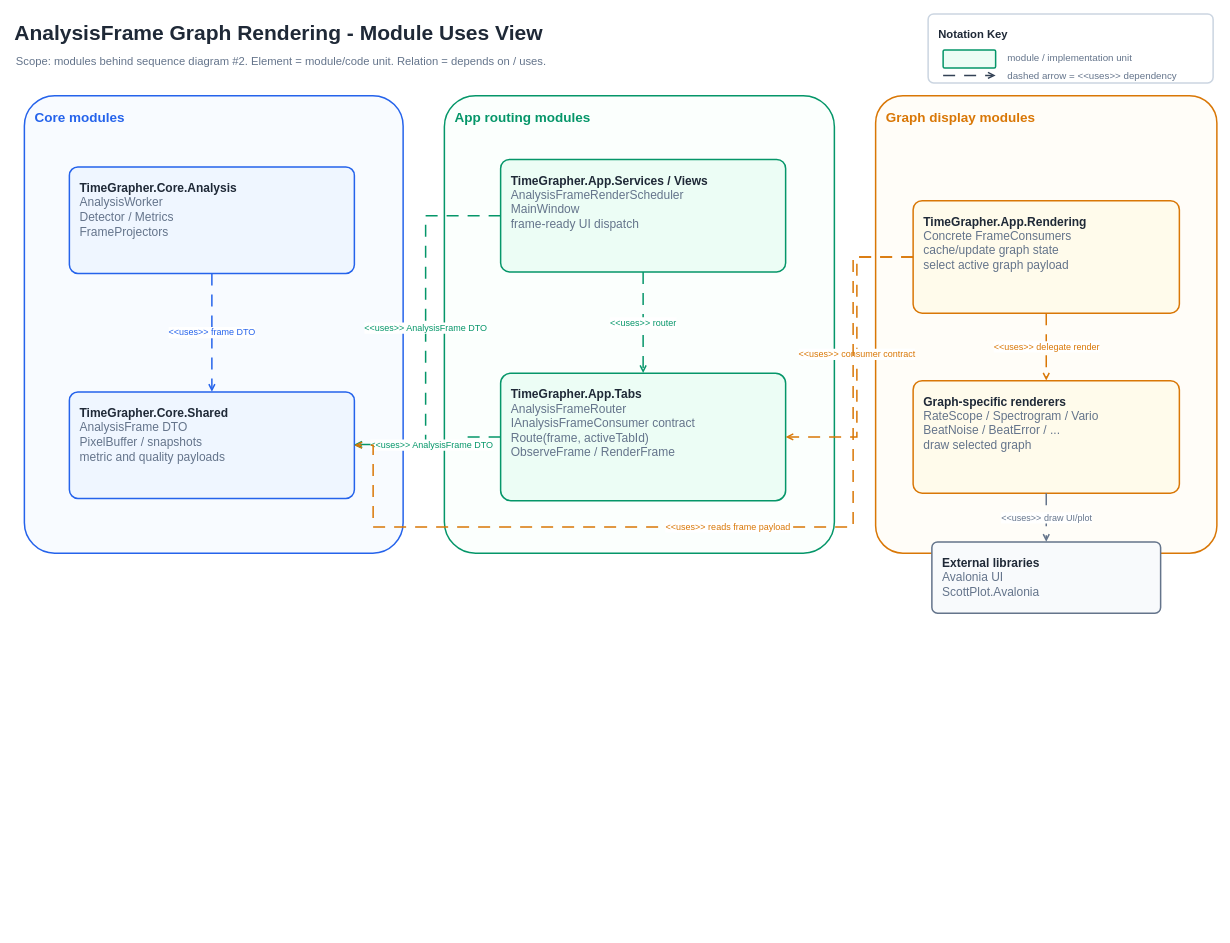
This is FinalDemo/assets/4.UsesView/4-AnalysisFrame-Module-Uses-View.drawio from lgcmu2026-team5/TimeGrapher-Docs, a draw.io file, before an edit. Source tidied: cells renumbered, new cells numbered last; positions are measured from the earlier drawing's top-left corner, leaving out a move shared by most shapes. Both pictures are drawn from the tidied source at 75%, with x=0, y=0 at pixel (13, 14).
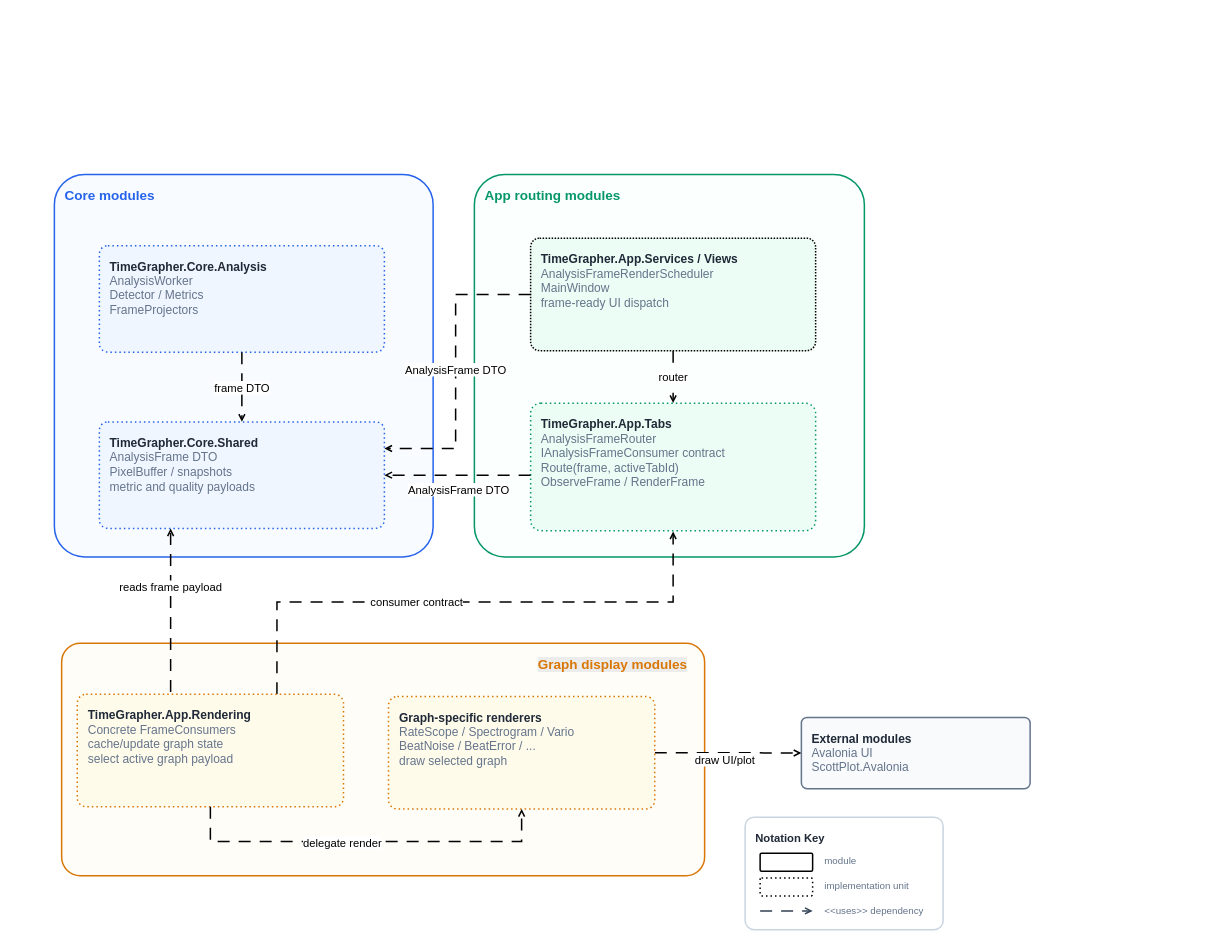
The same diagram, later.

Commit message (it also covers changes not shown here):
Update final demo architecture views

Change to the diagram source:
```diff
@@
-    <mxCell id="2" value="AnalysisFrame Graph Rendering - Module Uses View" style="text;html=1;strokeColor=none;fillColor=none;fontColor=#1f2937;fontSize=28;align=left;verticalAlign=middle;whiteSpace=wrap;fontStyle=1;" parent="1" vertex="1">
-      <mxGeometry y="4" width="760" height="42" as="geometry" />
-    </mxCell>
-    <mxCell id="3" value="Scope: modules behind sequence diagram #2. Element = module/code unit. Relation = depends on / uses." style="text;html=1;strokeColor=none;fillColor=none;fontColor=#64748b;fontSize=15;align=left;verticalAlign=middle;whiteSpace=wrap;" parent="1" vertex="1">
-      <mxGeometry x="2" y="48" width="1000" height="28" as="geometry" />
-    </mxCell>
     <mxCell id="4" value="&lt;b&gt;Notation Key&lt;/b&gt;" style="rounded=1;whiteSpace=wrap;html=1;arcSize=8;fillColor=#ffffff;strokeColor=#cbd5e1;strokeWidth=2;fontColor=#1f2937;fontSize=15;align=left;verticalAlign=top;spacing=14;" parent="1" vertex="1">
-      <mxGeometry x="1220" width="380" height="92" as="geometry" />
+      <mxGeometry x="976" y="1071" width="264" height="150" as="geometry" />
     </mxCell>
-    <mxCell id="5" style="rounded=1;whiteSpace=wrap;html=1;arcSize=8;fillColor=#ecfdf5;strokeColor=#059669;strokeWidth=2;fontColor=#1f2937;fontSize=16;align=left;verticalAlign=top;spacing=14;" parent="1" vertex="1">
-      <mxGeometry x="1240" y="48" width="70" height="24" as="geometry" />
-    </mxCell>
-    <mxCell id="6" value="module / implementation unit" style="text;html=1;strokeColor=none;fillColor=none;fontColor=#64748b;fontSize=13;align=left;verticalAlign=middle;whiteSpace=wrap;" parent="1" vertex="1">
-      <mxGeometry x="1324" y="46" width="250" height="24" as="geometry" />
-    </mxCell>
-    <mxCell id="7" style="endArrow=open;endFill=0;html=1;rounded=0;strokeWidth=2;dashed=1;dashPattern=8 6;strokeColor=#334155;" parent="1" edge="1">
-      <mxGeometry relative="1" as="geometry">
-        <mxPoint x="1240" y="82" as="sourcePoint" />
-        <mxPoint x="1310" y="82" as="targetPoint" />
-      </mxGeometry>
-    </mxCell>
-    <mxCell id="8" value="dashed arrow = &amp;lt;&amp;lt;uses&amp;gt;&amp;gt; dependency" style="text;html=1;strokeColor=none;fillColor=none;fontColor=#64748b;fontSize=13;align=left;verticalAlign=middle;whiteSpace=wrap;" parent="1" vertex="1">
-      <mxGeometry x="1324" y="70" width="260" height="24" as="geometry" />
-    </mxCell>
+    <mxCell id="27" style="rounded=1;whiteSpace=wrap;html=1;arcSize=8;strokeWidth=2;fontSize=16;align=left;verticalAlign=top;spacing=14;" parent="1" vertex="1">
+      <mxGeometry x="996" y="1119" width="70" height="24" as="geometry" />
+    </mxCell>
+    <mxCell id="28" value="module" style="text;html=1;strokeColor=none;fillColor=none;fontColor=#64748b;fontSize=13;align=left;verticalAlign=middle;whiteSpace=wrap;" parent="1" vertex="1">
+      <mxGeometry x="1080" y="1117" width="250" height="24" as="geometry" />
+    </mxCell>
+    <mxCell id="29" style="endArrow=open;endFill=0;html=1;rounded=0;strokeWidth=2;dashed=1;dashPattern=8 6;strokeColor=#334155;" parent="1" edge="1">
+      <mxGeometry relative="1" as="geometry">
+        <mxPoint x="996" y="1196" as="sourcePoint" />
+        <mxPoint x="1066" y="1196" as="targetPoint" />
+      </mxGeometry>
+    </mxCell>
+    <mxCell id="30" value="&amp;lt;&amp;lt;uses&amp;gt;&amp;gt; dependency" style="text;html=1;strokeColor=none;fillColor=none;fontColor=#64748b;fontSize=13;align=left;verticalAlign=middle;whiteSpace=wrap;" parent="1" vertex="1">
+      <mxGeometry x="1080" y="1184" width="260" height="24" as="geometry" />
+    </mxCell>
     <mxCell id="9" value="&lt;b&gt;Core modules&lt;/b&gt;" style="rounded=1;whiteSpace=wrap;html=1;arcSize=8;fillColor=#f8fbff;strokeColor=#2563eb;strokeWidth=2;fontColor=#2563eb;fontSize=18;align=left;verticalAlign=top;spacing=14;" parent="1" vertex="1">
-      <mxGeometry x="15" y="109" width="505" height="610" as="geometry" />
+      <mxGeometry x="55" y="214" width="505" height="510" as="geometry" />
     </mxCell>
     <mxCell id="10" value="&lt;b&gt;App routing modules&lt;/b&gt;" style="rounded=1;whiteSpace=wrap;html=1;arcSize=8;fillColor=#fbfffd;strokeColor=#059669;strokeWidth=2;fontColor=#059669;fontSize=18;align=left;verticalAlign=top;spacing=14;" parent="1" vertex="1">
-      <mxGeometry x="575" y="109" width="520" height="610" as="geometry" />
+      <mxGeometry x="615" y="214" width="520" height="510" as="geometry" />
     </mxCell>
-    <mxCell id="11" value="&lt;b&gt;Graph display modules&lt;/b&gt;" style="rounded=1;whiteSpace=wrap;html=1;arcSize=8;fillColor=#fffdf8;strokeColor=#d97706;strokeWidth=2;fontColor=#d97706;fontSize=18;align=left;verticalAlign=top;spacing=14;" parent="1" vertex="1">
-      <mxGeometry x="1150" y="109" width="455" height="610" as="geometry" />
-    </mxCell>
+    <mxCell id="31" style="rounded=1;whiteSpace=wrap;html=1;arcSize=8;fillColor=#fffdf8;strokeColor=#d97706;strokeWidth=2;fontColor=#d97706;fontSize=18;align=left;verticalAlign=top;spacing=14;rotation=-90;" parent="1" vertex="1">
+      <mxGeometry x="338.5" y="565.5" width="309.7" height="857.3" as="geometry" />
+    </mxCell>
-    <mxCell id="12" value="&lt;b&gt;TimeGrapher.Core.Analysis&lt;/b&gt;&lt;br&gt;&lt;font color=&quot;#64748b&quot;&gt;AnalysisWorker&lt;br&gt;Detector / Metrics&lt;br&gt;FrameProjectors&lt;/font&gt;" style="rounded=1;whiteSpace=wrap;html=1;arcSize=8;fillColor=#eff6ff;strokeColor=#2563eb;strokeWidth=2;fontColor=#1f2937;fontSize=16;align=left;verticalAlign=top;spacing=14;" parent="1" vertex="1">
-      <mxGeometry x="75" y="204" width="380" height="142" as="geometry" />
+    <mxCell id="12" value="&lt;b&gt;TimeGrapher.Core.Analysis&lt;/b&gt;&lt;br&gt;&lt;font color=&quot;#64748b&quot;&gt;AnalysisWorker&lt;br&gt;Detector / Metrics&lt;br&gt;FrameProjectors&lt;/font&gt;" style="rounded=1;whiteSpace=wrap;html=1;arcSize=8;fillColor=#eff6ff;strokeColor=#2563eb;strokeWidth=2;fontColor=#1f2937;fontSize=16;align=left;verticalAlign=top;spacing=14;dashed=1;dashPattern=1 2;" parent="1" vertex="1">
+      <mxGeometry x="115" y="309" width="380" height="142" as="geometry" />
     </mxCell>
-    <mxCell id="13" value="&lt;b&gt;TimeGrapher.Core.Shared&lt;/b&gt;&lt;br&gt;&lt;font color=&quot;#64748b&quot;&gt;AnalysisFrame DTO&lt;br&gt;PixelBuffer / snapshots&lt;br&gt;metric and quality payloads&lt;/font&gt;" style="rounded=1;whiteSpace=wrap;html=1;arcSize=8;fillColor=#eff6ff;strokeColor=#2563eb;strokeWidth=2;fontColor=#1f2937;fontSize=16;align=left;verticalAlign=top;spacing=14;" parent="1" vertex="1">
-      <mxGeometry x="75" y="504" width="380" height="142" as="geometry" />
+    <mxCell id="13" value="&lt;b&gt;TimeGrapher.Core.Shared&lt;/b&gt;&lt;br&gt;&lt;font color=&quot;#64748b&quot;&gt;AnalysisFrame DTO&lt;br&gt;PixelBuffer / snapshots&lt;br&gt;metric and quality payloads&lt;/font&gt;" style="rounded=1;whiteSpace=wrap;html=1;arcSize=8;fillColor=#eff6ff;strokeColor=#2563eb;strokeWidth=2;fontColor=#1f2937;fontSize=16;align=left;verticalAlign=top;spacing=14;dashed=1;dashPattern=1 2;" parent="1" vertex="1">
+      <mxGeometry x="115" y="544" width="380" height="142" as="geometry" />
     </mxCell>
-    <mxCell id="14" value="&lt;b&gt;TimeGrapher.App.Services / Views&lt;/b&gt;&lt;br&gt;&lt;font color=&quot;#64748b&quot;&gt;AnalysisFrameRenderScheduler&lt;br&gt;MainWindow&lt;br&gt;frame-ready UI dispatch&lt;/font&gt;" style="rounded=1;whiteSpace=wrap;html=1;arcSize=8;fillColor=#ecfdf5;strokeColor=#059669;strokeWidth=2;fontColor=#1f2937;fontSize=16;align=left;verticalAlign=top;spacing=14;" parent="1" vertex="1">
-      <mxGeometry x="650" y="194" width="380" height="150" as="geometry" />
+    <mxCell id="14" value="&lt;b&gt;TimeGrapher.App.Services / Views&lt;/b&gt;&lt;br&gt;&lt;font color=&quot;#64748b&quot;&gt;AnalysisFrameRenderScheduler&lt;br&gt;MainWindow&lt;br&gt;frame-ready UI dispatch&lt;/font&gt;" style="rounded=1;whiteSpace=wrap;html=1;arcSize=8;fillColor=#ecfdf5;strokeColor=default;strokeWidth=2;fontColor=#1f2937;fontSize=16;align=left;verticalAlign=top;spacing=14;dashed=1;dashPattern=1 1;" parent="1" vertex="1">
+      <mxGeometry x="690" y="299" width="380" height="150" as="geometry" />
     </mxCell>
-    <mxCell id="15" value="&lt;b&gt;TimeGrapher.App.Tabs&lt;/b&gt;&lt;br&gt;&lt;font color=&quot;#64748b&quot;&gt;AnalysisFrameRouter&lt;br&gt;IAnalysisFrameConsumer contract&lt;br&gt;Route(frame, activeTabId)&lt;br&gt;ObserveFrame / RenderFrame&lt;/font&gt;" style="rounded=1;whiteSpace=wrap;html=1;arcSize=8;fillColor=#ecfdf5;strokeColor=#059669;strokeWidth=2;fontColor=#1f2937;fontSize=16;align=left;verticalAlign=top;spacing=14;" parent="1" vertex="1">
-      <mxGeometry x="650" y="479" width="380" height="170" as="geometry" />
+    <mxCell id="15" value="&lt;b&gt;TimeGrapher.App.Tabs&lt;/b&gt;&lt;br&gt;&lt;font color=&quot;#64748b&quot;&gt;AnalysisFrameRouter&lt;br&gt;IAnalysisFrameConsumer contract&lt;br&gt;Route(frame, activeTabId)&lt;br&gt;ObserveFrame / RenderFrame&lt;/font&gt;" style="rounded=1;whiteSpace=wrap;html=1;arcSize=8;fillColor=#ecfdf5;strokeColor=#059669;strokeWidth=2;fontColor=#1f2937;fontSize=16;align=left;verticalAlign=top;spacing=14;dashed=1;dashPattern=1 2;" parent="1" vertex="1">
+      <mxGeometry x="690" y="519" width="380" height="170" as="geometry" />
     </mxCell>
-    <mxCell id="16" value="&lt;b&gt;TimeGrapher.App.Rendering&lt;/b&gt;&lt;br&gt;&lt;font color=&quot;#64748b&quot;&gt;Concrete FrameConsumers&lt;br&gt;cache/update graph state&lt;br&gt;select active graph payload&lt;/font&gt;" style="rounded=1;whiteSpace=wrap;html=1;arcSize=8;fillColor=#fffbeb;strokeColor=#d97706;strokeWidth=2;fontColor=#1f2937;fontSize=16;align=left;verticalAlign=top;spacing=14;" parent="1" vertex="1">
-      <mxGeometry x="1200" y="249" width="355" height="150" as="geometry" />
-    </mxCell>
-    <mxCell id="17" value="&lt;b&gt;Graph-specific renderers&lt;/b&gt;&lt;br&gt;&lt;font color=&quot;#64748b&quot;&gt;RateScope / Spectrogram / Vario&lt;br&gt;BeatNoise / BeatError / ...&lt;br&gt;draw selected graph&lt;/font&gt;" style="rounded=1;whiteSpace=wrap;html=1;arcSize=8;fillColor=#fffbeb;strokeColor=#d97706;strokeWidth=2;fontColor=#1f2937;fontSize=16;align=left;verticalAlign=top;spacing=14;" parent="1" vertex="1">
-      <mxGeometry x="1200" y="489" width="355" height="150" as="geometry" />
-    </mxCell>
-    <mxCell id="18" value="&lt;b&gt;External libraries&lt;/b&gt;&lt;br&gt;&lt;font color=&quot;#64748b&quot;&gt;Avalonia UI&lt;br&gt;ScottPlot.Avalonia&lt;/font&gt;" style="rounded=1;whiteSpace=wrap;html=1;arcSize=8;fillColor=#f8fafc;strokeColor=#64748b;strokeWidth=2;fontColor=#1f2937;fontSize=16;align=left;verticalAlign=top;spacing=14;" parent="1" vertex="1">
-      <mxGeometry x="1225" y="704" width="305" height="95" as="geometry" />
-    </mxCell>
+    <mxCell id="32" value="&lt;b&gt;External modules&lt;/b&gt;&lt;div&gt;&lt;font color=&quot;#64748b&quot;&gt;Avalonia UI&lt;br&gt;ScottPlot.Avalonia&lt;/font&gt;&lt;/div&gt;" style="rounded=1;whiteSpace=wrap;html=1;arcSize=8;fillColor=#f8fafc;strokeColor=#64748b;strokeWidth=2;fontColor=#1f2937;fontSize=16;align=left;verticalAlign=top;spacing=14;" parent="1" vertex="1">
+      <mxGeometry x="1051" y="938" width="305" height="95" as="geometry" />
+    </mxCell>
-    <mxCell id="19" value="&amp;lt;&amp;lt;uses&amp;gt;&amp;gt; frame DTO" style="edgeStyle=orthogonalEdgeStyle;rounded=0;jettySize=auto;html=1;dashed=1;dashPattern=8 6;strokeColor=#2563eb;strokeWidth=2;endArrow=open;endFill=0;fontSize=12;fontColor=#2563eb;labelBackgroundColor=#ffffff;" parent="1" edge="1" source="12" target="13">
+    <mxCell id="19" value="&lt;font style=&quot;font-size: 15px; color: rgb(0, 0, 0);&quot;&gt;frame DTO&lt;/font&gt;" style="edgeStyle=orthogonalEdgeStyle;rounded=0;jettySize=auto;html=1;dashed=1;dashPattern=8 6;strokeColor=light-dark(#000000, #699eff);strokeWidth=2;endArrow=open;endFill=0;fontSize=12;fontColor=#2563eb;labelBackgroundColor=#ffffff;" parent="1" edge="1" source="12" target="13">
       <mxGeometry relative="1" as="geometry" />
     </mxCell>
-    <mxCell id="20" value="&amp;lt;&amp;lt;uses&amp;gt;&amp;gt; AnalysisFrame DTO" style="edgeStyle=orthogonalEdgeStyle;rounded=0;jettySize=auto;html=1;dashed=1;dashPattern=8 6;strokeColor=#059669;strokeWidth=2;endArrow=open;endFill=0;fontSize=12;fontColor=#059669;labelBackgroundColor=#ffffff;" parent="1" edge="1" source="14" target="13">
+    <mxCell id="20" value="&lt;font style=&quot;font-size: 15px; color: rgb(0, 0, 0);&quot;&gt;AnalysisFrame DTO&lt;/font&gt;" style="edgeStyle=orthogonalEdgeStyle;rounded=0;jettySize=auto;html=1;dashed=1;dashPattern=8 6;strokeColor=light-dark(#000000, #2aa780);strokeWidth=2;endArrow=open;endFill=0;fontSize=12;fontColor=#059669;labelBackgroundColor=#ffffff;entryX=1;entryY=0.25;entryDx=0;entryDy=0;exitX=0;exitY=0.5;exitDx=0;exitDy=0;" parent="1" edge="1" source="14" target="13">
       <mxGeometry relative="1" as="geometry">
         <Array as="points">
-          <mxPoint x="550" y="269" />
-          <mxPoint x="550" y="574" />
+          <mxPoint x="590" y="374" />
+          <mxPoint x="590" y="580" />
         </Array>
       </mxGeometry>
     </mxCell>
-    <mxCell id="21" value="&amp;lt;&amp;lt;uses&amp;gt;&amp;gt; router" style="edgeStyle=orthogonalEdgeStyle;rounded=0;jettySize=auto;html=1;dashed=1;dashPattern=8 6;strokeColor=#059669;strokeWidth=2;endArrow=open;endFill=0;fontSize=12;fontColor=#059669;labelBackgroundColor=#ffffff;" parent="1" edge="1" source="14" target="15">
+    <mxCell id="21" value="&lt;font style=&quot;font-size: 15px; color: rgb(0, 0, 0);&quot;&gt;router&lt;/font&gt;" style="edgeStyle=orthogonalEdgeStyle;rounded=0;jettySize=auto;html=1;dashed=1;dashPattern=8 6;strokeColor=light-dark(#000000, #699eff);strokeWidth=2;endArrow=open;endFill=0;fontSize=12;fontColor=#059669;labelBackgroundColor=#ffffff;" parent="1" edge="1" source="14" target="15">
       <mxGeometry relative="1" as="geometry" />
     </mxCell>
-    <mxCell id="22" value="&amp;lt;&amp;lt;uses&amp;gt;&amp;gt; AnalysisFrame DTO" style="edgeStyle=orthogonalEdgeStyle;rounded=0;jettySize=auto;html=1;dashed=1;dashPattern=8 6;strokeColor=#059669;strokeWidth=2;endArrow=open;endFill=0;fontSize=12;fontColor=#059669;labelBackgroundColor=#ffffff;" parent="1" edge="1" source="15" target="13">
-      <mxGeometry relative="1" as="geometry">
+    <mxCell id="22" value="&lt;font style=&quot;font-size: 15px; color: rgb(0, 0, 0);&quot;&gt;AnalysisFrame DTO&lt;/font&gt;" style="edgeStyle=orthogonalEdgeStyle;rounded=0;jettySize=auto;html=1;dashed=1;dashPattern=8 6;strokeColor=light-dark(#000000, #2aa780);strokeWidth=2;endArrow=open;endFill=0;fontSize=12;fontColor=#059669;labelBackgroundColor=#ffffff;" parent="1" edge="1" source="15" target="13">
+      <mxGeometry x="-0.02" y="19" relative="1" as="geometry">
         <Array as="points">
-          <mxPoint x="600" y="564" />
+          <mxPoint x="670" y="615" />
+          <mxPoint x="670" y="615" />
         </Array>
       </mxGeometry>
     </mxCell>
-    <mxCell id="23" value="&amp;lt;&amp;lt;uses&amp;gt;&amp;gt; consumer contract" style="edgeStyle=orthogonalEdgeStyle;rounded=0;jettySize=auto;html=1;dashed=1;dashPattern=8 6;strokeColor=#d97706;strokeWidth=2;endArrow=open;endFill=0;fontSize=12;fontColor=#d97706;labelBackgroundColor=#ffffff;" parent="1" edge="1" source="16" target="15">
-      <mxGeometry relative="1" as="geometry">
-        <Array as="points">
-          <mxPoint x="1125" y="324" />
-          <mxPoint x="1125" y="564" />
-        </Array>
-      </mxGeometry>
-    </mxCell>
-    <mxCell id="24" value="&amp;lt;&amp;lt;uses&amp;gt;&amp;gt; reads frame payload" style="edgeStyle=orthogonalEdgeStyle;rounded=0;jettySize=auto;html=1;dashed=1;dashPattern=8 6;strokeColor=#d97706;strokeWidth=2;endArrow=open;endFill=0;fontSize=12;fontColor=#d97706;labelBackgroundColor=#ffffff;" parent="1" edge="1" source="16" target="13">
-      <mxGeometry relative="1" as="geometry">
-        <Array as="points">
-          <mxPoint x="1120" y="324" />
-          <mxPoint x="1120" y="684" />
-          <mxPoint x="480" y="684" />
-        </Array>
-      </mxGeometry>
-    </mxCell>
+    <mxCell id="33" value="&lt;font style=&quot;font-size: 15px; color: rgb(0, 0, 0);&quot;&gt;reads frame payload&lt;/font&gt;" style="rounded=0;jettySize=auto;html=1;dashed=1;dashPattern=8 6;strokeColor=light-dark(#000000, #2aa780);strokeWidth=2;endArrow=open;endFill=0;fontSize=12;fontColor=#d97706;labelBackgroundColor=#ffffff;entryX=0.25;entryY=1;entryDx=0;entryDy=0;" parent="1" edge="1" target="13">
+      <mxGeometry x="0.28" relative="1" as="geometry">
+        <mxPoint x="210" y="904" as="sourcePoint" />
+      </mxGeometry>
+    </mxCell>
+    <mxCell id="34" value="&lt;font style=&quot;font-size: 15px; color: rgb(0, 0, 0);&quot;&gt;draw UI/plot&lt;/font&gt;" style="edgeStyle=orthogonalEdgeStyle;rounded=0;jettySize=auto;html=1;dashed=1;dashPattern=8 6;strokeColor=light-dark(#000000, #2aa780);strokeWidth=2;endArrow=open;endFill=0;fontSize=12;fontColor=#64748b;labelBackgroundColor=#ffffff;entryX=0;entryY=0.5;entryDx=0;entryDy=0;" parent="1" edge="1" source="17" target="32">
+      <mxGeometry x="-0.05" y="-9" relative="1" as="geometry" />
+    </mxCell>
+    <mxCell id="35" value="&lt;font style=&quot;font-size: 15px; color: rgb(0, 0, 0);&quot;&gt;consumer contract&lt;/font&gt;" style="edgeStyle=orthogonalEdgeStyle;rounded=0;jettySize=auto;html=1;dashed=1;dashPattern=8 6;strokeColor=light-dark(#000000, #2aa780);strokeWidth=2;endArrow=open;endFill=0;fontSize=12;fontColor=#d97706;labelBackgroundColor=#ffffff;exitX=0.75;exitY=0;exitDx=0;exitDy=0;entryX=0.5;entryY=1;entryDx=0;entryDy=0;" parent="1" edge="1" source="16">
+      <mxGeometry x="-0.17" relative="1" as="geometry">
+        <mxPoint x="880" y="690" as="targetPoint" />
+        <Array as="points">
+          <mxPoint x="351" y="784" />
+          <mxPoint x="880" y="784" />
+        </Array>
+      </mxGeometry>
+    </mxCell>
+    <mxCell id="16" value="&lt;b&gt;TimeGrapher.App.Rendering&lt;/b&gt;&lt;br&gt;&lt;font color=&quot;#64748b&quot;&gt;Concrete FrameConsumers&lt;br&gt;cache/update graph state&lt;br&gt;select active graph payload&lt;/font&gt;" style="rounded=1;whiteSpace=wrap;html=1;arcSize=8;fillColor=#fffbeb;strokeColor=#d97706;strokeWidth=2;fontColor=#1f2937;fontSize=16;align=left;verticalAlign=top;spacing=14;dashed=1;dashPattern=1 2;" parent="1" vertex="1">
+      <mxGeometry x="85.5" y="907.2" width="355" height="150" as="geometry" />
+    </mxCell>
+    <mxCell id="17" value="&lt;b&gt;Graph-specific renderers&lt;/b&gt;&lt;br&gt;&lt;font color=&quot;#64748b&quot;&gt;RateScope / Spectrogram / Vario&lt;br&gt;BeatNoise / BeatError / ...&lt;br&gt;draw selected graph&lt;/font&gt;" style="rounded=1;whiteSpace=wrap;html=1;arcSize=8;fillColor=#fffbeb;strokeColor=#d97706;strokeWidth=2;fontColor=#1f2937;fontSize=16;align=left;verticalAlign=top;spacing=14;dashed=1;dashPattern=1 2;" parent="1" vertex="1">
+      <mxGeometry x="500.5" y="910.2" width="355" height="150" as="geometry" />
+    </mxCell>
-    <mxCell id="25" value="&amp;lt;&amp;lt;uses&amp;gt;&amp;gt; delegate render" style="edgeStyle=orthogonalEdgeStyle;rounded=0;jettySize=auto;html=1;dashed=1;dashPattern=8 6;strokeColor=#d97706;strokeWidth=2;endArrow=open;endFill=0;fontSize=12;fontColor=#d97706;labelBackgroundColor=#ffffff;" parent="1" edge="1" source="16" target="17">
-      <mxGeometry relative="1" as="geometry" />
+    <mxCell id="25" value="&lt;font style=&quot;font-size: 15px; color: rgb(0, 0, 0);&quot;&gt;delegate render&lt;/font&gt;" style="edgeStyle=orthogonalEdgeStyle;rounded=0;jettySize=auto;html=1;dashed=1;dashPattern=8 6;strokeColor=light-dark(#000000, #2aa780);strokeWidth=2;endArrow=open;endFill=0;fontSize=12;fontColor=#d97706;labelBackgroundColor=#ffffff;exitX=0.5;exitY=1;exitDx=0;exitDy=0;entryX=0.5;entryY=1;entryDx=0;entryDy=0;" parent="1" edge="1" source="16" target="17">
+      <mxGeometry x="-0.12" y="-1" relative="1" as="geometry">
+        <Array as="points">
+          <mxPoint x="263.5" y="1103.5" />
+          <mxPoint x="678.5" y="1103.5" />
+        </Array>
+      </mxGeometry>
     </mxCell>
-    <mxCell id="26" value="&amp;lt;&amp;lt;uses&amp;gt;&amp;gt; draw UI/plot" style="edgeStyle=orthogonalEdgeStyle;rounded=0;jettySize=auto;html=1;dashed=1;dashPattern=8 6;strokeColor=#64748b;strokeWidth=2;endArrow=open;endFill=0;fontSize=12;fontColor=#64748b;labelBackgroundColor=#ffffff;" parent="1" edge="1" source="17" target="18">
-      <mxGeometry relative="1" as="geometry" />
-    </mxCell>
+    <mxCell id="11" value="&lt;b style=&quot;forced-color-adjust: none; color: rgb(217, 119, 6); font-family: Helvetica; font-size: 18px; font-style: normal; font-variant-ligatures: normal; font-variant-caps: normal; letter-spacing: normal; orphans: 2; text-align: left; text-indent: 0px; text-transform: none; widows: 2; word-spacing: 0px; -webkit-text-stroke-width: 0px; white-space: normal; background-color: rgb(236, 236, 236); text-decoration-thickness: initial; text-decoration-style: initial; text-decoration-color: initial;&quot;&gt;Graph display modules&lt;/b&gt;" style="text;whiteSpace=wrap;html=1;" parent="1" vertex="1">
+      <mxGeometry x="697.5" y="850.5" width="230" height="50" as="geometry" />
+    </mxCell>
+    <mxCell id="36" style="rounded=1;whiteSpace=wrap;html=1;arcSize=8;strokeWidth=2;fontSize=16;align=left;verticalAlign=top;spacing=14;dashed=1;dashPattern=1 2;" parent="1" vertex="1">
+      <mxGeometry x="996" y="1152" width="70" height="24" as="geometry" />
+    </mxCell>
+    <mxCell id="37" value="implementation unit" style="text;html=1;strokeColor=none;fillColor=none;fontColor=#64748b;fontSize=13;align=left;verticalAlign=middle;whiteSpace=wrap;" parent="1" vertex="1">
+      <mxGeometry x="1080" y="1150" width="250" height="24" as="geometry" />
+    </mxCell>
```
